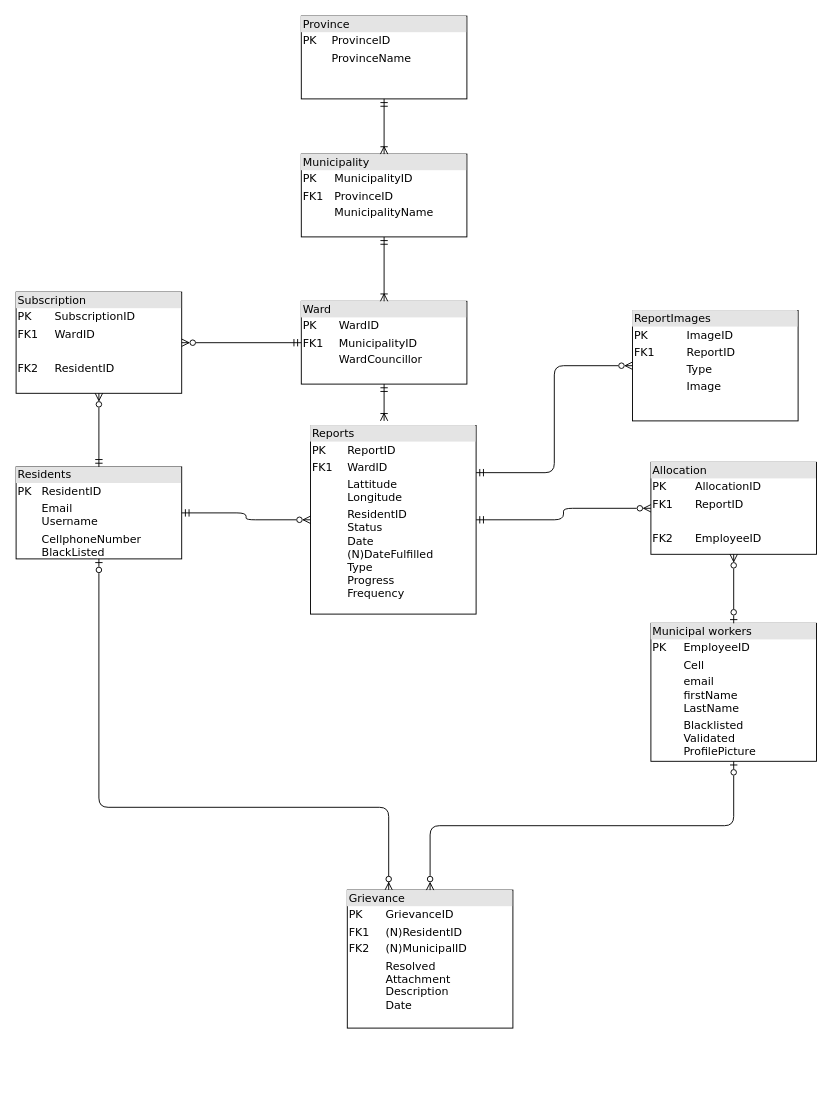
Above: DBArchitecture.drawio in YamiMegersa/clone_repo (draw.io), before the change. Source tidied: cells renumbered, new cells numbered last; positions are measured from the earlier drawing's top-left corner, leaving out a move shared by most shapes. Both pictures are drawn from the tidied source at 92%, with x=0, y=0 at pixel (16, 16).
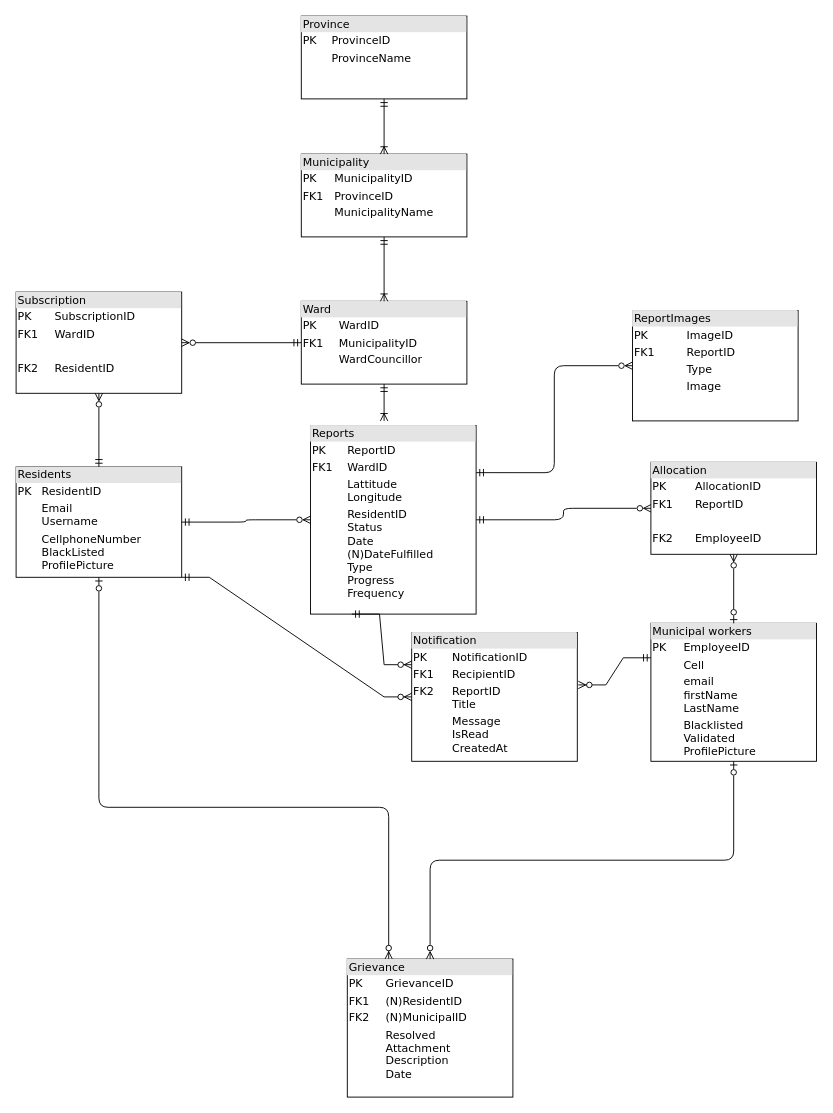
The same diagram, later.

The change refers to these unchanged cells:
```xml
<mxCell id="3" value="&lt;div style=&quot;box-sizing: border-box; width: 100%; background: rgb(228, 228, 228); padding: 2px;&quot;&gt;Reports&lt;/div&gt;&lt;table style=&quot;width: 100% ; font-size: 1em&quot; cellpadding=&quot;2&quot; cellspacing=&quot;0&quot;&gt;&lt;tbody&gt;&lt;tr&gt;&lt;td&gt;PK&lt;/td&gt;&lt;td&gt;ReportID&lt;/td&gt;&lt;/tr&gt;&lt;tr&gt;&lt;td&gt;FK1&lt;/td&gt;&lt;td&gt;WardID&lt;/td&gt;&lt;/tr&gt;&lt;tr&gt;&lt;td&gt;&lt;/td&gt;&lt;td&gt;Lattitude&lt;br&gt;Longitude&lt;/td&gt;&lt;/tr&gt;&lt;tr&gt;&lt;td&gt;&lt;br&gt;&lt;/td&gt;&lt;td&gt;ResidentID&lt;br&gt;Status&lt;br&gt;Date&lt;br&gt;(N)DateFulfilled&lt;br&gt;Type&lt;br&gt;Progress&lt;br&gt;Frequency&lt;/td&gt;&lt;/tr&gt;&lt;/tbody&gt;&lt;/table&gt;" style="verticalAlign=top;align=left;overflow=fill;html=1;rounded=0;shadow=0;comic=0;labelBackgroundColor=none;strokeWidth=1;fontFamily=Verdana;fontSize=12;" parent="1" vertex="1">
  <mxGeometry x="320" y="445" width="180" height="205" as="geometry" />
</mxCell>
<mxCell id="7" value="&lt;div style=&quot;box-sizing: border-box; width: 100%; background: rgb(228, 228, 228); padding: 2px;&quot;&gt;Municipal workers&lt;/div&gt;&lt;table style=&quot;width: 100% ; font-size: 1em&quot; cellpadding=&quot;2&quot; cellspacing=&quot;0&quot;&gt;&lt;tbody&gt;&lt;tr&gt;&lt;td&gt;PK&lt;/td&gt;&lt;td&gt;EmployeeID&lt;/td&gt;&lt;/tr&gt;&lt;tr&gt;&lt;td&gt;&lt;br&gt;&lt;/td&gt;&lt;td&gt;Cell&lt;/td&gt;&lt;/tr&gt;&lt;tr&gt;&lt;td&gt;&lt;/td&gt;&lt;td&gt;email&lt;br&gt;firstName&lt;br&gt;LastName&lt;/td&gt;&lt;/tr&gt;&lt;tr&gt;&lt;td&gt;&lt;/td&gt;&lt;td&gt;Blacklisted&lt;br&gt;Validated&lt;br&gt;ProfilePicture&lt;/td&gt;&lt;/tr&gt;&lt;/tbody&gt;&lt;/table&gt;" style="verticalAlign=top;align=left;overflow=fill;html=1;rounded=0;shadow=0;comic=0;labelBackgroundColor=none;strokeWidth=1;fontFamily=Verdana;fontSize=12;" parent="1" vertex="1">
  <mxGeometry x="690" y="660" width="180" height="150" as="geometry" />
</mxCell>
```

What changed in the source:
```diff
@@
-    <mxCell id="8" value="&lt;div style=&quot;box-sizing: border-box; width: 100%; background: rgb(228, 228, 228); padding: 2px;&quot;&gt;Residents&lt;/div&gt;&lt;table style=&quot;width: 100% ; font-size: 1em&quot; cellpadding=&quot;2&quot; cellspacing=&quot;0&quot;&gt;&lt;tbody&gt;&lt;tr&gt;&lt;td&gt;PK&lt;/td&gt;&lt;td&gt;ResidentID&lt;/td&gt;&lt;/tr&gt;&lt;tr&gt;&lt;td&gt;&lt;br&gt;&lt;/td&gt;&lt;td&gt;Email&lt;br&gt;Username&lt;/td&gt;&lt;/tr&gt;&lt;tr&gt;&lt;td&gt;&lt;/td&gt;&lt;td&gt;CellphoneNumber&lt;br&gt;BlackListed&lt;/td&gt;&lt;/tr&gt;&lt;tr&gt;&lt;td&gt;&lt;/td&gt;&lt;td&gt;&lt;br&gt;&lt;/td&gt;&lt;/tr&gt;&lt;/tbody&gt;&lt;/table&gt;" style="verticalAlign=top;align=left;overflow=fill;html=1;rounded=0;shadow=0;comic=0;labelBackgroundColor=none;strokeWidth=1;fontFamily=Verdana;fontSize=12;" parent="1" vertex="1">
-      <mxGeometry y="490" width="180" height="100" as="geometry" />
+    <mxCell id="8" value="&lt;div style=&quot;box-sizing: border-box; width: 100%; background: rgb(228, 228, 228); padding: 2px;&quot;&gt;Residents&lt;/div&gt;&lt;table style=&quot;width: 100% ; font-size: 1em&quot; cellpadding=&quot;2&quot; cellspacing=&quot;0&quot;&gt;&lt;tbody&gt;&lt;tr&gt;&lt;td&gt;PK&lt;/td&gt;&lt;td&gt;ResidentID&lt;/td&gt;&lt;/tr&gt;&lt;tr&gt;&lt;td&gt;&lt;br&gt;&lt;/td&gt;&lt;td&gt;Email&lt;br&gt;Username&lt;/td&gt;&lt;/tr&gt;&lt;tr&gt;&lt;td&gt;&lt;/td&gt;&lt;td&gt;CellphoneNumber&lt;br&gt;BlackListed&lt;br&gt;ProfilePicture&lt;br&gt;&lt;br&gt;&lt;/td&gt;&lt;/tr&gt;&lt;tr&gt;&lt;td&gt;&lt;/td&gt;&lt;td&gt;&lt;br&gt;&lt;/td&gt;&lt;/tr&gt;&lt;/tbody&gt;&lt;/table&gt;" style="verticalAlign=top;align=left;overflow=fill;html=1;rounded=0;shadow=0;comic=0;labelBackgroundColor=none;strokeWidth=1;fontFamily=Verdana;fontSize=12;" parent="1" vertex="1">
+      <mxGeometry y="490" width="180" height="120" as="geometry" />
     </mxCell>
@@
     <mxCell id="19" value="&lt;div style=&quot;box-sizing: border-box; width: 100%; background: rgb(228, 228, 228); padding: 2px;&quot;&gt;Grievance&lt;/div&gt;&lt;table style=&quot;width: 100% ; font-size: 1em&quot; cellpadding=&quot;2&quot; cellspacing=&quot;0&quot;&gt;&lt;tbody&gt;&lt;tr&gt;&lt;td&gt;PK&lt;/td&gt;&lt;td&gt;GrievanceID&lt;/td&gt;&lt;/tr&gt;&lt;tr&gt;&lt;td&gt;FK1&lt;/td&gt;&lt;td&gt;(N)ResidentID&lt;br&gt;&lt;/td&gt;&lt;/tr&gt;&lt;tr&gt;&lt;td&gt;FK2&lt;/td&gt;&lt;td&gt;(N)MunicipalID&lt;/td&gt;&lt;/tr&gt;&lt;tr&gt;&lt;td&gt;&lt;br&gt;&lt;/td&gt;&lt;td&gt;Resolved&lt;br&gt;Attachment&lt;br&gt;Description&lt;br&gt;Date&lt;br&gt;&lt;br&gt;&lt;/td&gt;&lt;/tr&gt;&lt;/tbody&gt;&lt;/table&gt;" style="verticalAlign=top;align=left;overflow=fill;html=1;rounded=0;shadow=0;comic=0;labelBackgroundColor=none;strokeWidth=1;fontFamily=Verdana;fontSize=12;" parent="1" vertex="1">
-      <mxGeometry x="360" y="950" width="180" height="150" as="geometry" />
+      <mxGeometry x="360" y="1025" width="180" height="150" as="geometry" />
     </mxCell>
@@
+    <mxCell id="23" value="&lt;div style=&quot;box-sizing: border-box; width: 100%; background: rgb(228, 228, 228); padding: 2px;&quot;&gt;Notification&lt;/div&gt;&lt;table style=&quot;width: 100% ; font-size: 1em&quot; cellpadding=&quot;2&quot; cellspacing=&quot;0&quot;&gt;&lt;tbody&gt;&lt;tr&gt;&lt;td&gt;PK&lt;/td&gt;&lt;td&gt;NotificationID&lt;/td&gt;&lt;/tr&gt;&lt;tr&gt;&lt;td&gt;FK1&lt;/td&gt;&lt;td&gt;RecipientID&lt;/td&gt;&lt;/tr&gt;&lt;tr&gt;&lt;td&gt;FK2&lt;br&gt;&lt;br&gt;&lt;/td&gt;&lt;td&gt;ReportID&lt;br&gt;Title&lt;br&gt;&lt;/td&gt;&lt;/tr&gt;&lt;tr&gt;&lt;td&gt;&lt;br&gt;&lt;/td&gt;&lt;td&gt;Message&lt;br&gt;IsRead&lt;br&gt;CreatedAt&lt;br&gt;&lt;br&gt;&lt;/td&gt;&lt;/tr&gt;&lt;/tbody&gt;&lt;/table&gt;" style="verticalAlign=top;align=left;overflow=fill;html=1;rounded=0;shadow=0;comic=0;labelBackgroundColor=none;strokeWidth=1;fontFamily=Verdana;fontSize=12;" parent="1" vertex="1">
+      <mxGeometry x="430" y="670" width="180" height="140" as="geometry" />
+    </mxCell>
+    <mxCell id="24" style="edgeStyle=entityRelationEdgeStyle;fontSize=12;html=1;endArrow=ERzeroToMany;startArrow=ERmandOne;rounded=0;entryX=0;entryY=0.25;entryDx=0;entryDy=0;exitX=0.25;exitY=1;exitDx=0;exitDy=0;" parent="1" edge="1" source="3" target="23">
+      <mxGeometry relative="1" as="geometry" />
+    </mxCell>
+    <mxCell id="25" style="edgeStyle=entityRelationEdgeStyle;fontSize=12;html=1;endArrow=ERzeroToMany;startArrow=ERmandOne;rounded=0;entryX=0;entryY=0.5;entryDx=0;entryDy=0;exitX=1;exitY=1;exitDx=0;exitDy=0;" parent="1" edge="1" source="8" target="23">
+      <mxGeometry relative="1" as="geometry" />
+    </mxCell>
+    <mxCell id="26" style="edgeStyle=entityRelationEdgeStyle;fontSize=12;html=1;endArrow=ERzeroToMany;startArrow=ERmandOne;rounded=0;entryX=1.006;entryY=0.407;entryDx=0;entryDy=0;entryPerimeter=0;exitX=0;exitY=0.25;exitDx=0;exitDy=0;" parent="1" edge="1" source="7" target="23">
+      <mxGeometry relative="1" as="geometry" />
+    </mxCell>
```
